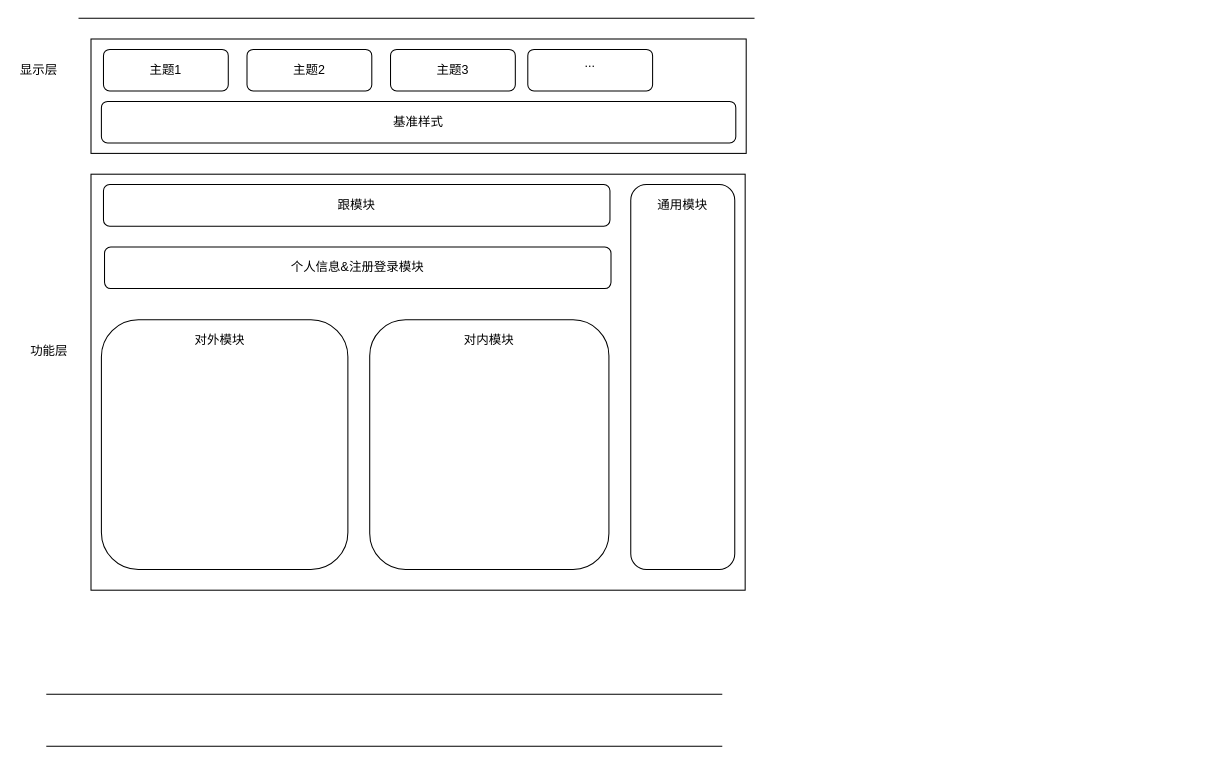
Earlier version of the draw.io diagram open-system.drawio (hookex/chart). Source tidied: cells renumbered, new cells numbered last; positions are measured from the earlier drawing's top-left corner, leaving out a move shared by most shapes. Both pictures are drawn from the tidied source at 104%, with x=0, y=0 at pixel (18, 18).
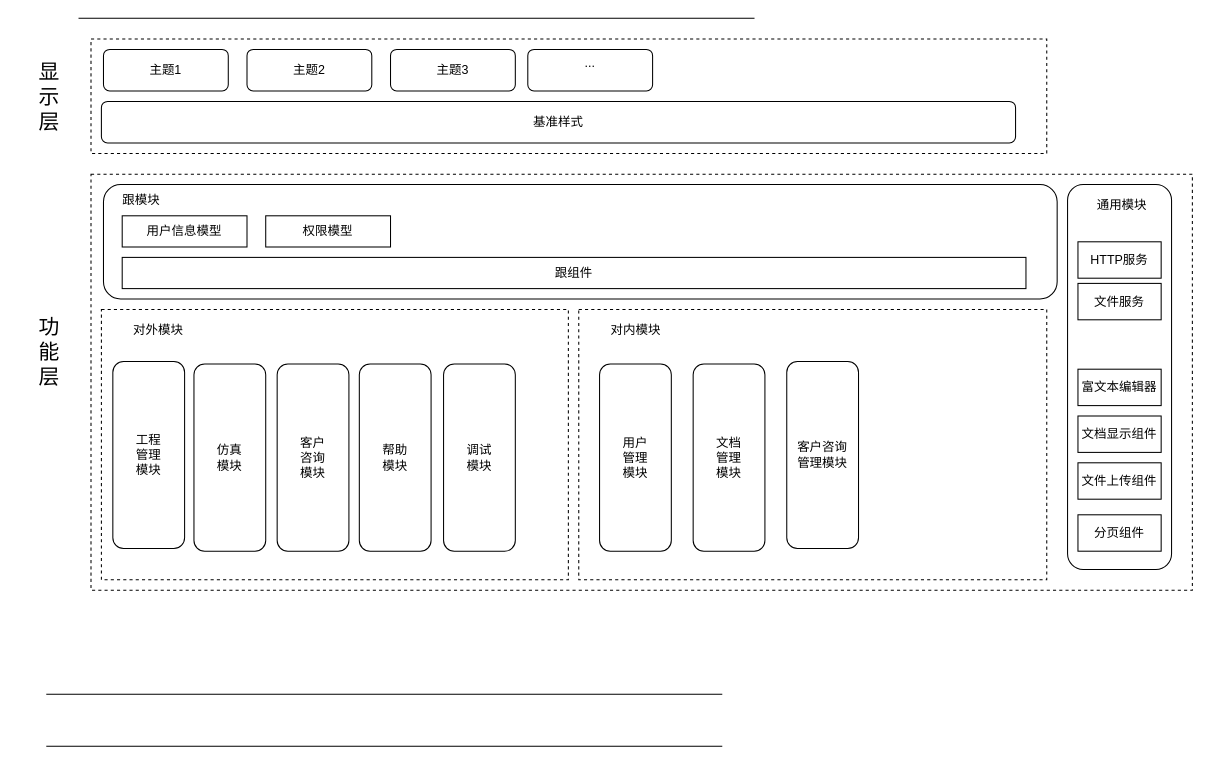
Above is the later version.

Change to the diagram source:
```diff
@@
-    <mxCell id="5" style="rounded=0;whiteSpace=wrap;html=1;" parent="1" vertex="1">
-      <mxGeometry x="70" y="20" width="630" height="110" as="geometry" />
+    <mxCell id="5" style="rounded=0;whiteSpace=wrap;html=1;dashed=1;" parent="1" vertex="1">
+      <mxGeometry x="70" y="20" width="919" height="110" as="geometry" />
     </mxCell>
-    <mxCell id="6" value="显示层&lt;br&gt;" style="text;html=1;strokeColor=none;fillColor=none;align=center;verticalAlign=middle;whiteSpace=wrap;rounded=0;" parent="1" vertex="1">
-      <mxGeometry y="40" width="40" height="20" as="geometry" />
+    <mxCell id="6" value="显示层&lt;br style=&quot;font-size: 20px;&quot;&gt;" style="text;html=1;strokeColor=none;fillColor=none;align=center;verticalAlign=middle;whiteSpace=wrap;rounded=0;fontSize=20;" parent="1" vertex="1">
+      <mxGeometry x="10" y="65" width="40" height="20" as="geometry" />
     </mxCell>
     <mxCell id="7" value="基准样式&lt;br&gt;" style="rounded=1;whiteSpace=wrap;html=1;" parent="1" vertex="1">
-      <mxGeometry x="80" y="80" width="610" height="40" as="geometry" />
+      <mxGeometry x="80" y="80" width="879" height="40" as="geometry" />
     </mxCell>
@@
-    <mxCell id="12" style="rounded=0;whiteSpace=wrap;html=1;" parent="1" vertex="1">
-      <mxGeometry x="70" y="150" width="629" height="400" as="geometry" />
+    <mxCell id="12" style="rounded=0;whiteSpace=wrap;html=1;dashed=1;" parent="1" vertex="1">
+      <mxGeometry x="70" y="150" width="1059" height="400" as="geometry" />
     </mxCell>
-    <mxCell id="13" value="跟模块&lt;br&gt;" style="rounded=1;whiteSpace=wrap;html=1;" parent="1" vertex="1">
-      <mxGeometry x="82" y="160" width="487" height="40" as="geometry" />
+    <mxCell id="13" style="rounded=1;whiteSpace=wrap;html=1;" parent="1" vertex="1">
+      <mxGeometry x="82" y="160" width="917" height="110" as="geometry" />
     </mxCell>
     <mxCell id="14" style="rounded=1;whiteSpace=wrap;html=1;" parent="1" vertex="1">
-      <mxGeometry x="589" y="160" width="100" height="370" as="geometry" />
+      <mxGeometry x="1009" y="160" width="100" height="370" as="geometry" />
     </mxCell>
-    <mxCell id="15" style="rounded=1;whiteSpace=wrap;html=1;" parent="1" vertex="1">
-      <mxGeometry x="80" y="290" width="237" height="240" as="geometry" />
+    <mxCell id="15" style="rounded=0;whiteSpace=wrap;html=1;dashed=1;" parent="1" vertex="1">
+      <mxGeometry x="80" y="280" width="449" height="260" as="geometry" />
     </mxCell>
-    <mxCell id="16" style="rounded=1;whiteSpace=wrap;html=1;" parent="1" vertex="1">
-      <mxGeometry x="338" y="290" width="230" height="240" as="geometry" />
+    <mxCell id="16" style="rounded=0;whiteSpace=wrap;html=1;dashed=1;" parent="1" vertex="1">
+      <mxGeometry x="539" y="280" width="450" height="260" as="geometry" />
     </mxCell>
-    <mxCell id="17" value="个人信息&amp;amp;注册登录模块" style="rounded=1;whiteSpace=wrap;html=1;" parent="1" vertex="1">
-      <mxGeometry x="83" y="220" width="487" height="40" as="geometry" />
-    </mxCell>
     <mxCell id="18" value="对外模块" style="text;html=1;strokeColor=none;fillColor=none;align=center;verticalAlign=middle;whiteSpace=wrap;rounded=0;" parent="1" vertex="1">
-      <mxGeometry x="159" y="300" width="70" height="20" as="geometry" />
+      <mxGeometry x="100" y="290" width="70" height="20" as="geometry" />
     </mxCell>
     <mxCell id="19" value="对内模块" style="text;html=1;strokeColor=none;fillColor=none;align=center;verticalAlign=middle;whiteSpace=wrap;rounded=0;" parent="1" vertex="1">
-      <mxGeometry x="418" y="300" width="70" height="20" as="geometry" />
+      <mxGeometry x="559" y="290" width="70" height="20" as="geometry" />
     </mxCell>
     <mxCell id="20" value="通用模块" style="text;html=1;strokeColor=none;fillColor=none;align=center;verticalAlign=middle;whiteSpace=wrap;rounded=0;" parent="1" vertex="1">
-      <mxGeometry x="604" y="170" width="70" height="20" as="geometry" />
+      <mxGeometry x="1029" y="170" width="65" height="20" as="geometry" />
     </mxCell>
-    <mxCell id="21" value="功能层&lt;br&gt;" style="text;html=1;strokeColor=none;fillColor=none;align=center;verticalAlign=middle;whiteSpace=wrap;rounded=0;" parent="1" vertex="1">
+    <mxCell id="21" value="功能层&lt;br style=&quot;font-size: 20px;&quot;&gt;" style="text;html=1;strokeColor=none;fillColor=none;align=center;verticalAlign=middle;whiteSpace=wrap;rounded=0;fontSize=20;" parent="1" vertex="1">
       <mxGeometry x="10" y="310" width="40" height="20" as="geometry" />
     </mxCell>
+    <mxCell id="22" value="HTTP服务" style="rounded=0;whiteSpace=wrap;html=1;" parent="1" vertex="1">
+      <mxGeometry x="1019" y="215" width="80" height="35" as="geometry" />
+    </mxCell>
+    <mxCell id="23" value="富文本编辑器" style="rounded=0;whiteSpace=wrap;html=1;" parent="1" vertex="1">
+      <mxGeometry x="1019" y="337.5" width="80" height="35" as="geometry" />
+    </mxCell>
+    <mxCell id="24" value="文档显示组件" style="rounded=0;whiteSpace=wrap;html=1;" parent="1" vertex="1">
+      <mxGeometry x="1019" y="382.5" width="80" height="35" as="geometry" />
+    </mxCell>
+    <mxCell id="25" value="文件上传组件" style="rounded=0;whiteSpace=wrap;html=1;" parent="1" vertex="1">
+      <mxGeometry x="1019" y="427.5" width="80" height="35" as="geometry" />
+    </mxCell>
+    <mxCell id="26" value="分页组件" style="rounded=0;whiteSpace=wrap;html=1;" parent="1" vertex="1">
+      <mxGeometry x="1019" y="477.5" width="80" height="35" as="geometry" />
+    </mxCell>
+    <mxCell id="27" value="用户信息模型" style="rounded=0;whiteSpace=wrap;html=1;" parent="1" vertex="1">
+      <mxGeometry x="100" y="190" width="120" height="30" as="geometry" />
+    </mxCell>
+    <mxCell id="28" value="权限模型" style="rounded=0;whiteSpace=wrap;html=1;" parent="1" vertex="1">
+      <mxGeometry x="238" y="190" width="120" height="30" as="geometry" />
+    </mxCell>
+    <mxCell id="29" value="跟模块" style="text;html=1;strokeColor=none;fillColor=none;align=center;verticalAlign=middle;whiteSpace=wrap;rounded=0;" parent="1" vertex="1">
+      <mxGeometry x="89" y="165" width="59" height="20" as="geometry" />
+    </mxCell>
+    <mxCell id="30" value="跟组件" style="rounded=0;whiteSpace=wrap;html=1;" parent="1" vertex="1">
+      <mxGeometry x="100" y="230" width="869" height="30" as="geometry" />
+    </mxCell>
+    <mxCell id="31" value="工程&lt;br&gt;管理&lt;br&gt;模块" style="rounded=1;whiteSpace=wrap;html=1;" parent="1" vertex="1">
+      <mxGeometry x="91" y="330" width="69" height="180" as="geometry" />
+    </mxCell>
+    <mxCell id="32" value="仿真&lt;br&gt;模块" style="rounded=1;whiteSpace=wrap;html=1;" parent="1" vertex="1">
+      <mxGeometry x="169" y="332.5" width="69" height="180" as="geometry" />
+    </mxCell>
+    <mxCell id="33" value="客户&lt;br&gt;咨询&lt;br&gt;模块" style="rounded=1;whiteSpace=wrap;html=1;" parent="1" vertex="1">
+      <mxGeometry x="249" y="332.5" width="69" height="180" as="geometry" />
+    </mxCell>
+    <mxCell id="34" value="用户&lt;br&gt;管理&lt;br&gt;模块" style="rounded=1;whiteSpace=wrap;html=1;" parent="1" vertex="1">
+      <mxGeometry x="559" y="332.5" width="69" height="180" as="geometry" />
+    </mxCell>
+    <mxCell id="35" value="文档&lt;br&gt;管理&lt;br&gt;模块" style="rounded=1;whiteSpace=wrap;html=1;" parent="1" vertex="1">
+      <mxGeometry x="649" y="332.5" width="69" height="180" as="geometry" />
+    </mxCell>
+    <mxCell id="36" value="客户咨询&lt;br&gt;管理模块" style="rounded=1;whiteSpace=wrap;html=1;" parent="1" vertex="1">
+      <mxGeometry x="739" y="330" width="69" height="180" as="geometry" />
+    </mxCell>
+    <mxCell id="37" value="帮助&lt;br&gt;模块" style="rounded=1;whiteSpace=wrap;html=1;" parent="1" vertex="1">
+      <mxGeometry x="328" y="332.5" width="69" height="180" as="geometry" />
+    </mxCell>
+    <mxCell id="38" value="调试&lt;br&gt;模块&lt;br&gt;" style="rounded=1;whiteSpace=wrap;html=1;" parent="1" vertex="1">
+      <mxGeometry x="409" y="332.5" width="69" height="180" as="geometry" />
+    </mxCell>
+    <mxCell id="39" value="文件服务" style="rounded=0;whiteSpace=wrap;html=1;" parent="1" vertex="1">
+      <mxGeometry x="1019" y="255" width="80" height="35" as="geometry" />
+    </mxCell>
```
